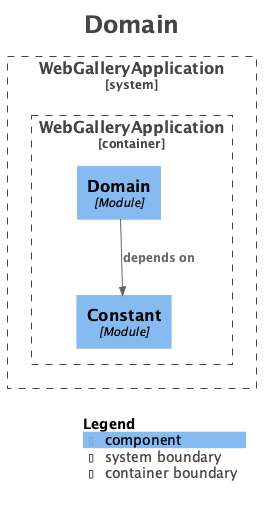
Before: doc/modulith/module-domain.png, a diagram exported from PlantUML (KentoKodama214/WebGallery).
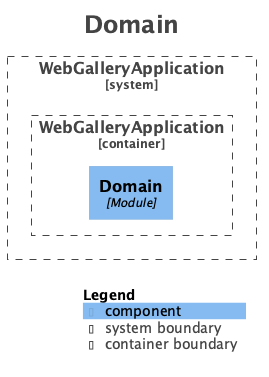
The same diagram one commit later.

Change to the diagram source:
```diff
@@ -17,14 +17,11 @@
 
 System_Boundary("WebGalleryApplication_boundary", "WebGalleryApplication", $tags="") {
   Container_Boundary("WebGalleryApplication.WebGalleryApplication_boundary", "WebGalleryApplication", $tags="") {
-    Component(WebGalleryApplication.WebGalleryApplication.Constant, "Constant", $techn="Module", $descr="", $tags="", $link="")
     Component(WebGalleryApplication.WebGalleryApplication.Domain, "Domain", $techn="Module", $descr="", $tags="", $link="")
   }
 
 }
 
-Rel(WebGalleryApplication.WebGalleryApplication.Domain, WebGalleryApplication.WebGalleryApplication.Constant, "depends on", $techn="", $tags="", $link="")
-
 SHOW_LEGEND(true)
 hide stereotypes
 @enduml
```
